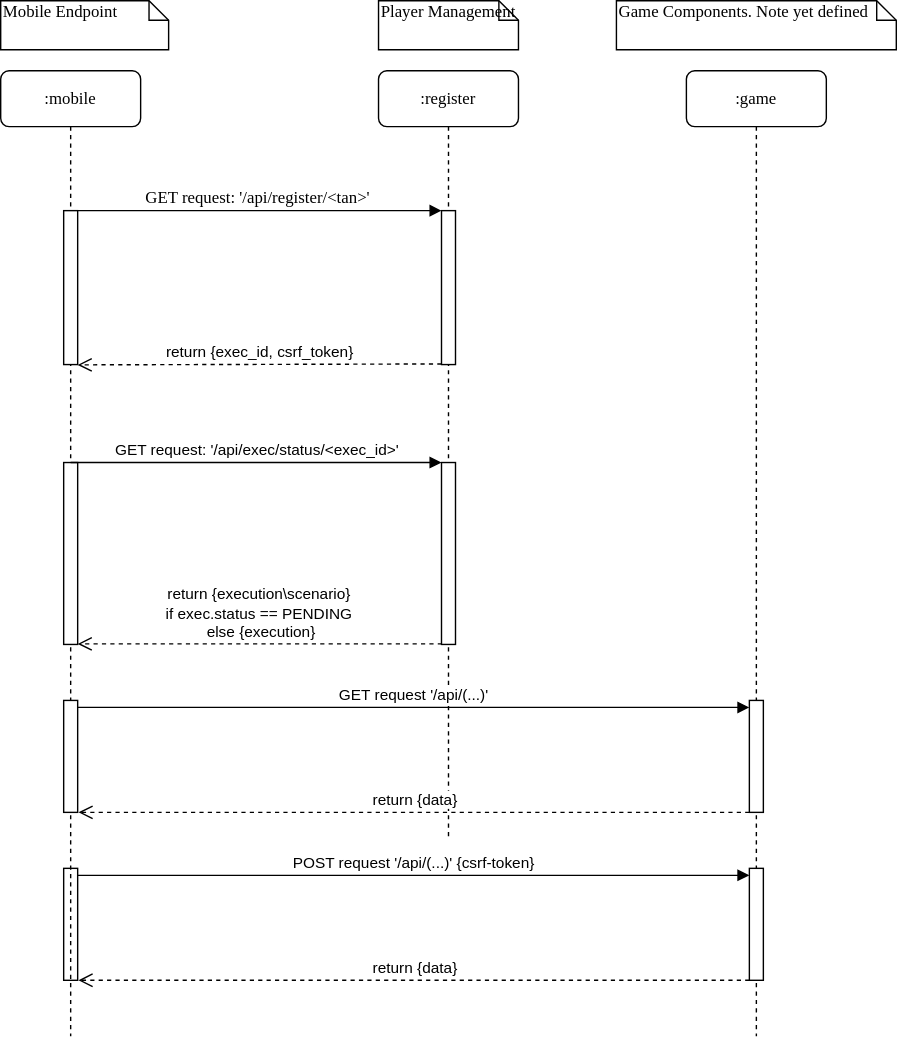
The draw.io diagram doc/server/Game API Handshake.svg in MANVSim/MANVSim, before a commit. Source tidied: cells renumbered, new cells last; positions are measured from the earlier drawing's top-left corner, leaving out a move shared by most shapes. The source it was exported from:
```xml
<mxGraphModel>
  <root>
    <mxCell id="0" />
    <mxCell id="1" parent="0" />
    <mxCell id="2" value=":register" style="shape=umlLifeline;perimeter=lifelinePerimeter;whiteSpace=wrap;html=1;rounded=1;shadow=0;comic=0;labelBackgroundColor=none;strokeWidth=1;fontFamily=Verdana;fontSize=12;align=center;" parent="1" vertex="1">
      <mxGeometry x="270" y="50" width="100" height="550" as="geometry" />
    </mxCell>
    <mxCell id="3" style="html=1;points=[];perimeter=orthogonalPerimeter;rounded=0;shadow=0;comic=0;labelBackgroundColor=none;strokeWidth=1;fontFamily=Verdana;fontSize=12;align=center;" parent="2" vertex="1">
      <mxGeometry x="45" y="100" width="10" height="110" as="geometry" />
    </mxCell>
    <mxCell id="4" style="html=1;points=[[0,0,0,0,5],[0,1,0,0,-5],[1,0,0,0,5],[1,1,0,0,-5]];perimeter=orthogonalPerimeter;outlineConnect=0;targetShapes=umlLifeline;portConstraint=eastwest;newEdgeStyle={&quot;curved&quot;:0,&quot;rounded&quot;:0};" parent="2" vertex="1">
      <mxGeometry x="45" y="280" width="10" height="130" as="geometry" />
    </mxCell>
    <mxCell id="5" value=":game" style="shape=umlLifeline;perimeter=lifelinePerimeter;whiteSpace=wrap;html=1;rounded=1;shadow=0;comic=0;labelBackgroundColor=none;strokeWidth=1;fontFamily=Verdana;fontSize=12;align=center;" parent="1" vertex="1">
      <mxGeometry x="490" y="50" width="100" height="690" as="geometry" />
    </mxCell>
    <mxCell id="6" style="html=1;points=[[0,0,0,0,5],[0,1,0,0,-5],[1,0,0,0,5],[1,1,0,0,-5]];perimeter=orthogonalPerimeter;outlineConnect=0;targetShapes=umlLifeline;portConstraint=eastwest;newEdgeStyle={&quot;curved&quot;:0,&quot;rounded&quot;:0};" parent="5" vertex="1">
      <mxGeometry x="45" y="450" width="10" height="80" as="geometry" />
    </mxCell>
    <mxCell id="7" style="html=1;points=[[0,0,0,0,5],[0,1,0,0,-5],[1,0,0,0,5],[1,1,0,0,-5]];perimeter=orthogonalPerimeter;outlineConnect=0;targetShapes=umlLifeline;portConstraint=eastwest;newEdgeStyle={&quot;curved&quot;:0,&quot;rounded&quot;:0};" parent="5" vertex="1">
      <mxGeometry x="45" y="570" width="10" height="80" as="geometry" />
    </mxCell>
    <mxCell id="8" style="html=1;points=[[0,0,0,0,5],[0,1,0,0,-5],[1,0,0,0,5],[1,1,0,0,-5]];perimeter=orthogonalPerimeter;outlineConnect=0;targetShapes=umlLifeline;portConstraint=eastwest;newEdgeStyle={&quot;curved&quot;:0,&quot;rounded&quot;:0};" parent="5" vertex="1">
      <mxGeometry x="-445" y="570" width="10" height="80" as="geometry" />
    </mxCell>
    <mxCell id="9" value="POST request '/api/(...)' {csrf-token}" style="html=1;verticalAlign=bottom;endArrow=block;curved=0;rounded=0;entryX=0;entryY=0;entryDx=0;entryDy=5;entryPerimeter=0;" parent="5" edge="1" source="8" target="7">
      <mxGeometry relative="1" as="geometry" />
    </mxCell>
    <mxCell id="10" value="return {data}" style="html=1;verticalAlign=bottom;endArrow=open;dashed=1;endSize=8;curved=0;rounded=0;entryX=1.059;entryY=1;entryDx=0;entryDy=0;entryPerimeter=0;" parent="5" edge="1" source="7" target="8">
      <mxGeometry relative="1" as="geometry" />
    </mxCell>
    <mxCell id="11" value=":mobile" style="shape=umlLifeline;perimeter=lifelinePerimeter;whiteSpace=wrap;html=1;rounded=1;shadow=0;comic=0;labelBackgroundColor=none;strokeWidth=1;fontFamily=Verdana;fontSize=12;align=center;" parent="1" vertex="1">
      <mxGeometry y="50" width="100" height="690" as="geometry" />
    </mxCell>
    <mxCell id="12" style="html=1;points=[];perimeter=orthogonalPerimeter;rounded=0;shadow=0;comic=0;labelBackgroundColor=none;strokeWidth=1;fontFamily=Verdana;fontSize=12;align=center;" parent="11" vertex="1">
      <mxGeometry x="45" y="100" width="10" height="110" as="geometry" />
    </mxCell>
    <mxCell id="13" style="html=1;points=[[0,0,0,0,5],[0,1,0,0,-5],[1,0,0,0,5],[1,1,0,0,-5]];perimeter=orthogonalPerimeter;outlineConnect=0;targetShapes=umlLifeline;portConstraint=eastwest;newEdgeStyle={&quot;curved&quot;:0,&quot;rounded&quot;:0};" parent="11" vertex="1">
      <mxGeometry x="45" y="280" width="10" height="130" as="geometry" />
    </mxCell>
    <mxCell id="14" style="html=1;points=[[0,0,0,0,5],[0,1,0,0,-5],[1,0,0,0,5],[1,1,0,0,-5]];perimeter=orthogonalPerimeter;outlineConnect=0;targetShapes=umlLifeline;portConstraint=eastwest;newEdgeStyle={&quot;curved&quot;:0,&quot;rounded&quot;:0};" parent="11" vertex="1">
      <mxGeometry x="45" y="450" width="10" height="80" as="geometry" />
    </mxCell>
    <mxCell id="15" value="GET request: '/api/register/&amp;lt;tan&amp;gt;'&amp;nbsp;" style="html=1;verticalAlign=bottom;endArrow=block;entryX=0;entryY=0;labelBackgroundColor=none;fontFamily=Verdana;fontSize=12;edgeStyle=elbowEdgeStyle;elbow=vertical;" parent="1" edge="1" source="12" target="3">
      <mxGeometry relative="1" as="geometry" />
    </mxCell>
    <mxCell id="16" value="Mobile Endpoint" style="shape=note;whiteSpace=wrap;html=1;size=14;verticalAlign=top;align=left;spacingTop=-6;rounded=0;shadow=0;comic=0;labelBackgroundColor=none;strokeWidth=1;fontFamily=Verdana;fontSize=12;" parent="1" vertex="1">
      <mxGeometry width="120" height="35" as="geometry" />
    </mxCell>
    <mxCell id="17" value="Player Management" style="shape=note;whiteSpace=wrap;html=1;size=14;verticalAlign=top;align=left;spacingTop=-6;rounded=0;shadow=0;comic=0;labelBackgroundColor=none;strokeWidth=1;fontFamily=Verdana;fontSize=12;" parent="1" vertex="1">
      <mxGeometry x="270" width="100" height="35" as="geometry" />
    </mxCell>
    <mxCell id="18" value="Game Components. Note yet defined" style="shape=note;whiteSpace=wrap;html=1;size=14;verticalAlign=top;align=left;spacingTop=-6;rounded=0;shadow=0;comic=0;labelBackgroundColor=none;strokeWidth=1;fontFamily=Verdana;fontSize=12;" parent="1" vertex="1">
      <mxGeometry x="440" width="200" height="35" as="geometry" />
    </mxCell>
    <mxCell id="19" value="return {exec_id, csrf_token}" style="html=1;verticalAlign=bottom;endArrow=open;dashed=1;endSize=8;curved=0;rounded=0;exitX=-0.002;exitY=0.996;exitDx=0;exitDy=0;exitPerimeter=0;entryX=0.998;entryY=1.002;entryDx=0;entryDy=0;entryPerimeter=0;" parent="1" edge="1" source="3" target="12">
      <mxGeometry relative="1" as="geometry" />
    </mxCell>
    <mxCell id="20" value="GET request: '/api/exec/status/&amp;lt;exec_id&amp;gt;'" style="html=1;verticalAlign=bottom;endArrow=block;curved=0;rounded=0;exitX=0.5;exitY=0;exitDx=0;exitDy=0;exitPerimeter=0;" parent="1" edge="1" source="13" target="4">
      <mxGeometry relative="1" as="geometry" />
    </mxCell>
    <mxCell id="21" value="return {execution\scenario}&amp;nbsp;&lt;div&gt;if exec.status == PENDING&amp;nbsp;&lt;div&gt;else {execution}&lt;/div&gt;&lt;/div&gt;" style="html=1;verticalAlign=bottom;endArrow=open;dashed=1;endSize=8;curved=0;rounded=0;exitX=0.033;exitY=0.997;exitDx=0;exitDy=0;exitPerimeter=0;" parent="1" edge="1" source="4" target="13">
      <mxGeometry relative="1" as="geometry" />
    </mxCell>
    <mxCell id="22" value="GET request '/api/(...)'" style="html=1;verticalAlign=bottom;endArrow=block;curved=0;rounded=0;entryX=0;entryY=0;entryDx=0;entryDy=5;entryPerimeter=0;" parent="1" edge="1" source="14" target="6">
      <mxGeometry relative="1" as="geometry" />
    </mxCell>
    <mxCell id="23" value="return {data}" style="html=1;verticalAlign=bottom;endArrow=open;dashed=1;endSize=8;curved=0;rounded=0;entryX=1.059;entryY=1;entryDx=0;entryDy=0;entryPerimeter=0;" parent="1" edge="1" source="6" target="14">
      <mxGeometry relative="1" as="geometry" />
    </mxCell>
  </root>
</mxGraphModel>
```
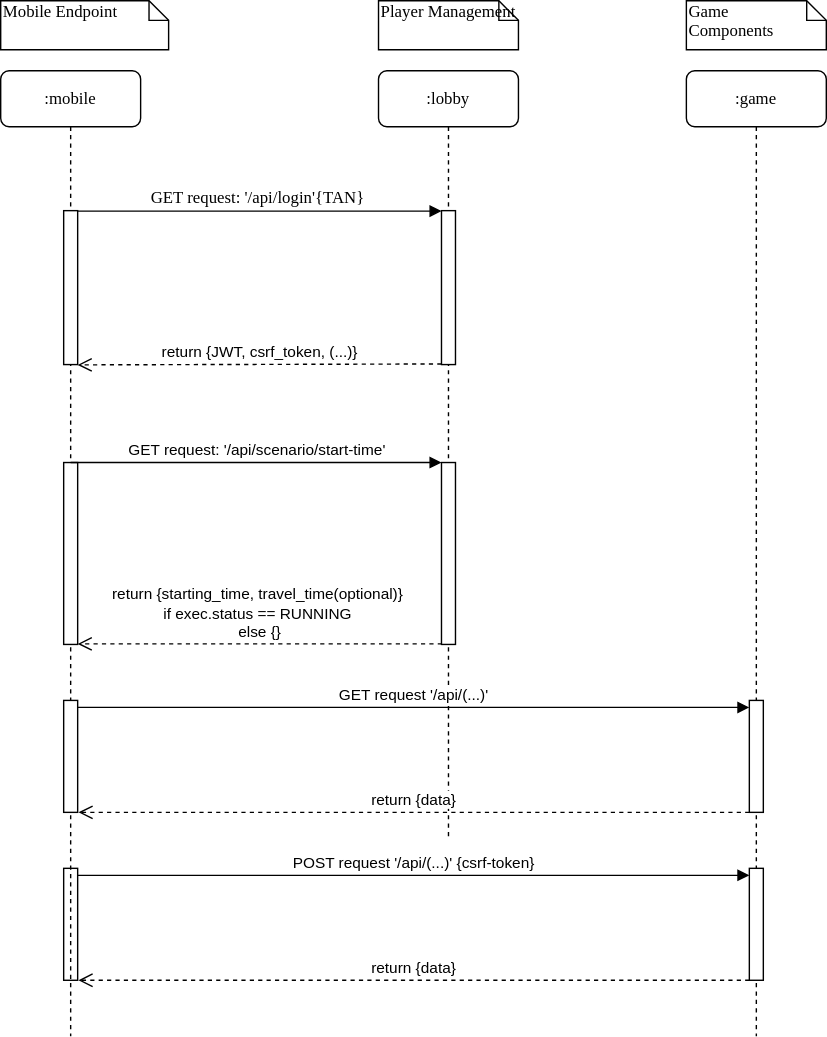
The same diagram one commit later.

Diff of the diagram source:
```diff
@@ -2,7 +2,7 @@
   <root>
     <mxCell id="0" />
     <mxCell id="1" parent="0" />
-    <mxCell id="2" value=":register" style="shape=umlLifeline;perimeter=lifelinePerimeter;whiteSpace=wrap;html=1;rounded=1;shadow=0;comic=0;labelBackgroundColor=none;strokeWidth=1;fontFamily=Verdana;fontSize=12;align=center;" parent="1" vertex="1">
+    <mxCell id="2" value=":lobby" style="shape=umlLifeline;perimeter=lifelinePerimeter;whiteSpace=wrap;html=1;rounded=1;shadow=0;comic=0;labelBackgroundColor=none;strokeWidth=1;fontFamily=Verdana;fontSize=12;align=center;" parent="1" vertex="1">
       <mxGeometry x="270" y="50" width="100" height="550" as="geometry" />
     </mxCell>
     <mxCell id="3" style="html=1;points=[];perimeter=orthogonalPerimeter;rounded=0;shadow=0;comic=0;labelBackgroundColor=none;strokeWidth=1;fontFamily=Verdana;fontSize=12;align=center;" parent="2" vertex="1">
@@ -41,7 +41,7 @@
     <mxCell id="14" style="html=1;points=[[0,0,0,0,5],[0,1,0,0,-5],[1,0,0,0,5],[1,1,0,0,-5]];perimeter=orthogonalPerimeter;outlineConnect=0;targetShapes=umlLifeline;portConstraint=eastwest;newEdgeStyle={&quot;curved&quot;:0,&quot;rounded&quot;:0};" parent="11" vertex="1">
       <mxGeometry x="45" y="450" width="10" height="80" as="geometry" />
     </mxCell>
-    <mxCell id="15" value="GET request: '/api/register/&amp;lt;tan&amp;gt;'&amp;nbsp;" style="html=1;verticalAlign=bottom;endArrow=block;entryX=0;entryY=0;labelBackgroundColor=none;fontFamily=Verdana;fontSize=12;edgeStyle=elbowEdgeStyle;elbow=vertical;" parent="1" edge="1" source="12" target="3">
+    <mxCell id="15" value="GET request: '/api/login'{TAN}&amp;nbsp;" style="html=1;verticalAlign=bottom;endArrow=block;entryX=0;entryY=0;labelBackgroundColor=none;fontFamily=Verdana;fontSize=12;edgeStyle=elbowEdgeStyle;elbow=vertical;" parent="1" edge="1" source="12" target="3">
       <mxGeometry relative="1" as="geometry" />
     </mxCell>
     <mxCell id="16" value="Mobile Endpoint" style="shape=note;whiteSpace=wrap;html=1;size=14;verticalAlign=top;align=left;spacingTop=-6;rounded=0;shadow=0;comic=0;labelBackgroundColor=none;strokeWidth=1;fontFamily=Verdana;fontSize=12;" parent="1" vertex="1">
@@ -50,16 +50,13 @@
     <mxCell id="17" value="Player Management" style="shape=note;whiteSpace=wrap;html=1;size=14;verticalAlign=top;align=left;spacingTop=-6;rounded=0;shadow=0;comic=0;labelBackgroundColor=none;strokeWidth=1;fontFamily=Verdana;fontSize=12;" parent="1" vertex="1">
       <mxGeometry x="270" width="100" height="35" as="geometry" />
     </mxCell>
-    <mxCell id="18" value="Game Components. Note yet defined" style="shape=note;whiteSpace=wrap;html=1;size=14;verticalAlign=top;align=left;spacingTop=-6;rounded=0;shadow=0;comic=0;labelBackgroundColor=none;strokeWidth=1;fontFamily=Verdana;fontSize=12;" parent="1" vertex="1">
-      <mxGeometry x="440" width="200" height="35" as="geometry" />
-    </mxCell>
-    <mxCell id="19" value="return {exec_id, csrf_token}" style="html=1;verticalAlign=bottom;endArrow=open;dashed=1;endSize=8;curved=0;rounded=0;exitX=-0.002;exitY=0.996;exitDx=0;exitDy=0;exitPerimeter=0;entryX=0.998;entryY=1.002;entryDx=0;entryDy=0;entryPerimeter=0;" parent="1" edge="1" source="3" target="12">
+    <mxCell id="19" value="return {JWT, csrf_token, (...)}" style="html=1;verticalAlign=bottom;endArrow=open;dashed=1;endSize=8;curved=0;rounded=0;exitX=-0.002;exitY=0.996;exitDx=0;exitDy=0;exitPerimeter=0;entryX=0.998;entryY=1.002;entryDx=0;entryDy=0;entryPerimeter=0;" parent="1" edge="1" source="3" target="12">
       <mxGeometry relative="1" as="geometry" />
     </mxCell>
-    <mxCell id="20" value="GET request: '/api/exec/status/&amp;lt;exec_id&amp;gt;'" style="html=1;verticalAlign=bottom;endArrow=block;curved=0;rounded=0;exitX=0.5;exitY=0;exitDx=0;exitDy=0;exitPerimeter=0;" parent="1" edge="1" source="13" target="4">
+    <mxCell id="20" value="GET request: '/api/scenario/start-time'" style="html=1;verticalAlign=bottom;endArrow=block;curved=0;rounded=0;exitX=0.5;exitY=0;exitDx=0;exitDy=0;exitPerimeter=0;" parent="1" edge="1" source="13" target="4">
       <mxGeometry relative="1" as="geometry" />
     </mxCell>
-    <mxCell id="21" value="return {execution\scenario}&amp;nbsp;&lt;div&gt;if exec.status == PENDING&amp;nbsp;&lt;div&gt;else {execution}&lt;/div&gt;&lt;/div&gt;" style="html=1;verticalAlign=bottom;endArrow=open;dashed=1;endSize=8;curved=0;rounded=0;exitX=0.033;exitY=0.997;exitDx=0;exitDy=0;exitPerimeter=0;" parent="1" edge="1" source="4" target="13">
+    <mxCell id="21" value="return {starting_time, travel_time(optional)}&amp;nbsp;&lt;div&gt;if exec.status == RUNNING&amp;nbsp;&lt;div&gt;else {}&lt;/div&gt;&lt;/div&gt;" style="html=1;verticalAlign=bottom;endArrow=open;dashed=1;endSize=8;curved=0;rounded=0;exitX=0.033;exitY=0.997;exitDx=0;exitDy=0;exitPerimeter=0;" parent="1" edge="1" source="4" target="13">
       <mxGeometry relative="1" as="geometry" />
     </mxCell>
     <mxCell id="22" value="GET request '/api/(...)'" style="html=1;verticalAlign=bottom;endArrow=block;curved=0;rounded=0;entryX=0;entryY=0;entryDx=0;entryDy=5;entryPerimeter=0;" parent="1" edge="1" source="14" target="6">
@@ -68,5 +65,8 @@
     <mxCell id="23" value="return {data}" style="html=1;verticalAlign=bottom;endArrow=open;dashed=1;endSize=8;curved=0;rounded=0;entryX=1.059;entryY=1;entryDx=0;entryDy=0;entryPerimeter=0;" parent="1" edge="1" source="6" target="14">
       <mxGeometry relative="1" as="geometry" />
     </mxCell>
+    <mxCell id="24" value="Game&lt;div&gt;Components&lt;/div&gt;" style="shape=note;whiteSpace=wrap;html=1;size=14;verticalAlign=top;align=left;spacingTop=-6;rounded=0;shadow=0;comic=0;labelBackgroundColor=none;strokeWidth=1;fontFamily=Verdana;fontSize=12;" parent="1" vertex="1">
+      <mxGeometry x="490" width="100" height="35" as="geometry" />
+    </mxCell>
   </root>
 </mxGraphModel>
```
